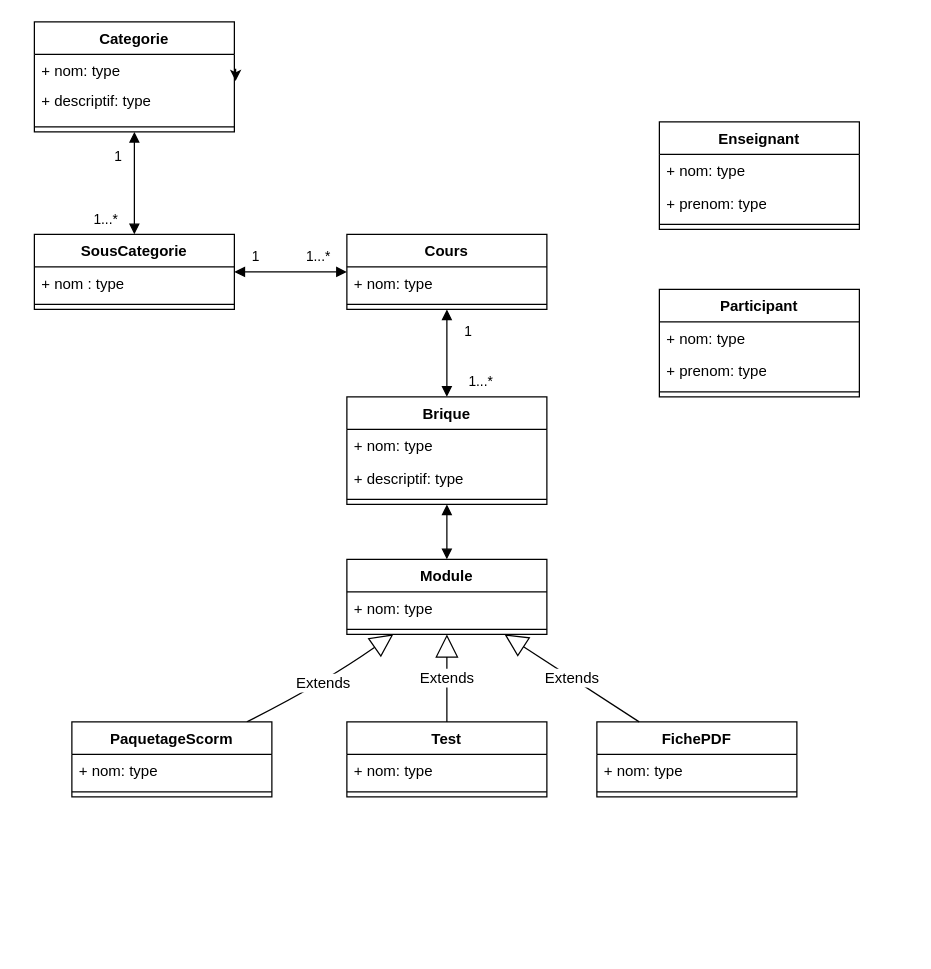
Before: MasKaret.drawio in jean-seb-2106/pythontest, a draw.io diagram. Source tidied: cells renumbered, new cells numbered last; positions are measured from the earlier drawing's top-left corner, leaving out a move shared by most shapes. Both pictures are drawn from the tidied source at 125%, with x=0, y=0 at pixel (34, 21).
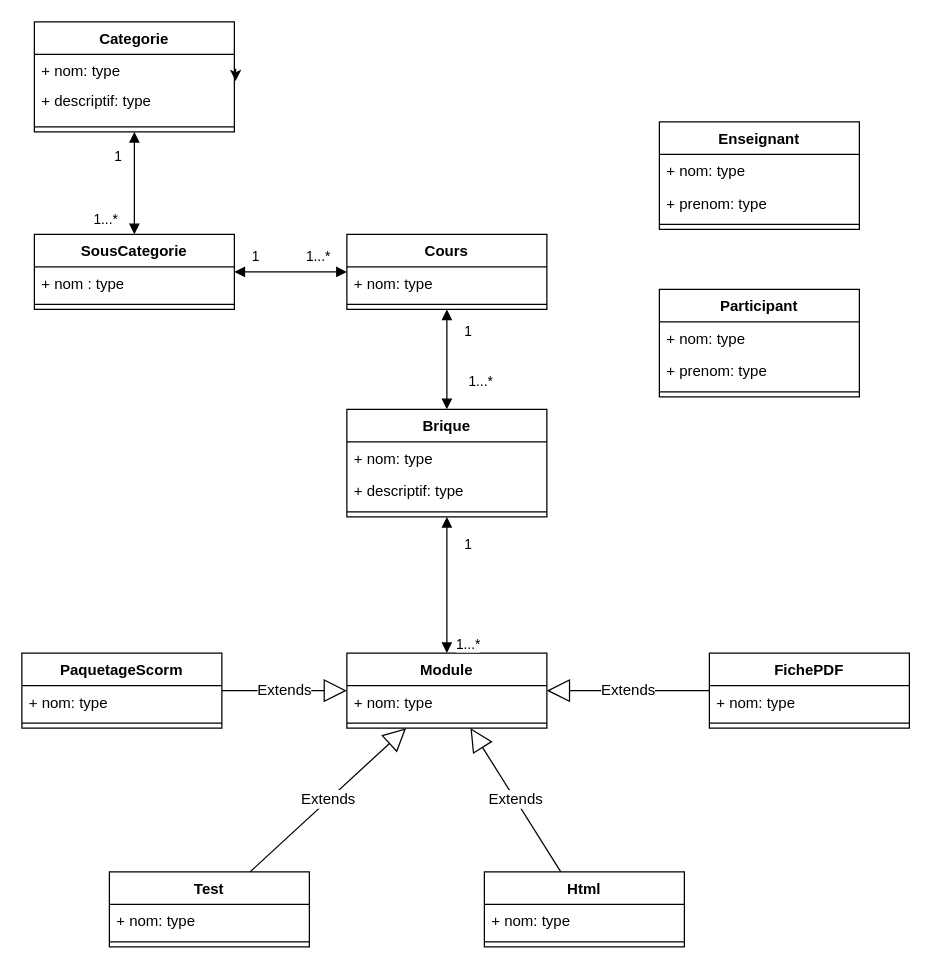
After the change.

Commit message:
Mettre à jour MasKaret.drawio

Change to the diagram source:
```diff
@@
     <mxCell id="13" value="Module" style="swimlane;fontStyle=1;align=center;verticalAlign=top;horizontal=1;startSize=26;whiteSpace=wrap;html=1;" parent="1" vertex="1">
-      <mxGeometry x="250" y="430" width="160" height="60" as="geometry" />
+      <mxGeometry x="250" y="505" width="160" height="60" as="geometry" />
     </mxCell>
@@
-    <mxCell id="24" value="Extends" style="endArrow=block;endSize=16;endFill=0;html=1;rounded=0;fontSize=12;curved=1;" parent="1" edge="1" source="25" target="13">
-      <mxGeometry relative="1" as="geometry">
-        <Array as="points">
-          <mxPoint x="230" y="530" />
-        </Array>
-      </mxGeometry>
-    </mxCell>
     <mxCell id="25" value="PaquetageScorm" style="swimlane;fontStyle=1;align=center;verticalAlign=top;horizontal=1;startSize=26;whiteSpace=wrap;html=1;" parent="1" vertex="1">
-      <mxGeometry x="30" y="560" width="160" height="60" as="geometry" />
+      <mxGeometry x="-10" y="505" width="160" height="60" as="geometry" />
     </mxCell>
@@
     <mxCell id="28" value="Brique" style="swimlane;fontStyle=1;align=center;verticalAlign=top;horizontal=1;startSize=26;whiteSpace=wrap;html=1;" parent="1" vertex="1">
-      <mxGeometry x="250" y="300" width="160" height="86" as="geometry" />
+      <mxGeometry x="250" y="310" width="160" height="86" as="geometry" />
     </mxCell>
@@
     <mxCell id="33" value="Test" style="swimlane;fontStyle=1;align=center;verticalAlign=top;horizontal=1;startSize=26;whiteSpace=wrap;html=1;" parent="1" vertex="1">
-      <mxGeometry x="250" y="560" width="160" height="60" as="geometry" />
+      <mxGeometry x="60" y="680" width="160" height="60" as="geometry" />
     </mxCell>
@@
     <mxCell id="36" value="FichePDF" style="swimlane;fontStyle=1;align=center;verticalAlign=top;horizontal=1;startSize=26;whiteSpace=wrap;html=1;" parent="1" vertex="1">
-      <mxGeometry x="450" y="560" width="160" height="60" as="geometry" />
+      <mxGeometry x="540" y="505" width="160" height="60" as="geometry" />
     </mxCell>
@@
+    <mxCell id="50" value="Html" style="swimlane;fontStyle=1;align=center;verticalAlign=top;horizontal=1;startSize=26;whiteSpace=wrap;html=1;" parent="1" vertex="1">
+      <mxGeometry x="360" y="680" width="160" height="60" as="geometry" />
+    </mxCell>
+    <mxCell id="51" value="+ nom: type" style="text;strokeColor=none;fillColor=none;align=left;verticalAlign=top;spacingLeft=4;spacingRight=4;overflow=hidden;whiteSpace=wrap;html=1;" parent="50" vertex="1">
+      <mxGeometry y="26" width="160" height="26" as="geometry" />
+    </mxCell>
+    <mxCell id="52" style="line;strokeWidth=1;fillColor=none;align=left;verticalAlign=middle;spacingTop=-1;spacingLeft=3;spacingRight=3;labelPosition=right;strokeColor=inherit;" parent="50" vertex="1">
+      <mxGeometry y="52" width="160" height="8" as="geometry" />
+    </mxCell>
+    <mxCell id="53" value="Extends" style="endArrow=block;endSize=16;endFill=0;html=1;rounded=0;fontSize=12;curved=1;" parent="1" edge="1" source="50" target="13">
+      <mxGeometry relative="1" as="geometry" />
+    </mxCell>
+    <mxCell id="24" value="Extends" style="endArrow=block;endSize=16;endFill=0;html=1;rounded=0;fontSize=12;curved=1;" parent="1" edge="1" source="25" target="13">
+      <mxGeometry relative="1" as="geometry" />
+    </mxCell>
+    <mxCell id="54" value="1" style="edgeLabel;html=1;align=center;verticalAlign=middle;" parent="1" vertex="1">
+      <mxGeometry x="320" y="410" as="geometry">
+        <mxPoint x="26" y="7" as="offset" />
+      </mxGeometry>
+    </mxCell>
+    <mxCell id="55" value="1...*" style="edgeLabel;html=1;align=center;verticalAlign=middle;" parent="1" vertex="1">
+      <mxGeometry x="320" y="490" as="geometry">
+        <mxPoint x="26" y="7" as="offset" />
+      </mxGeometry>
+    </mxCell>
```
